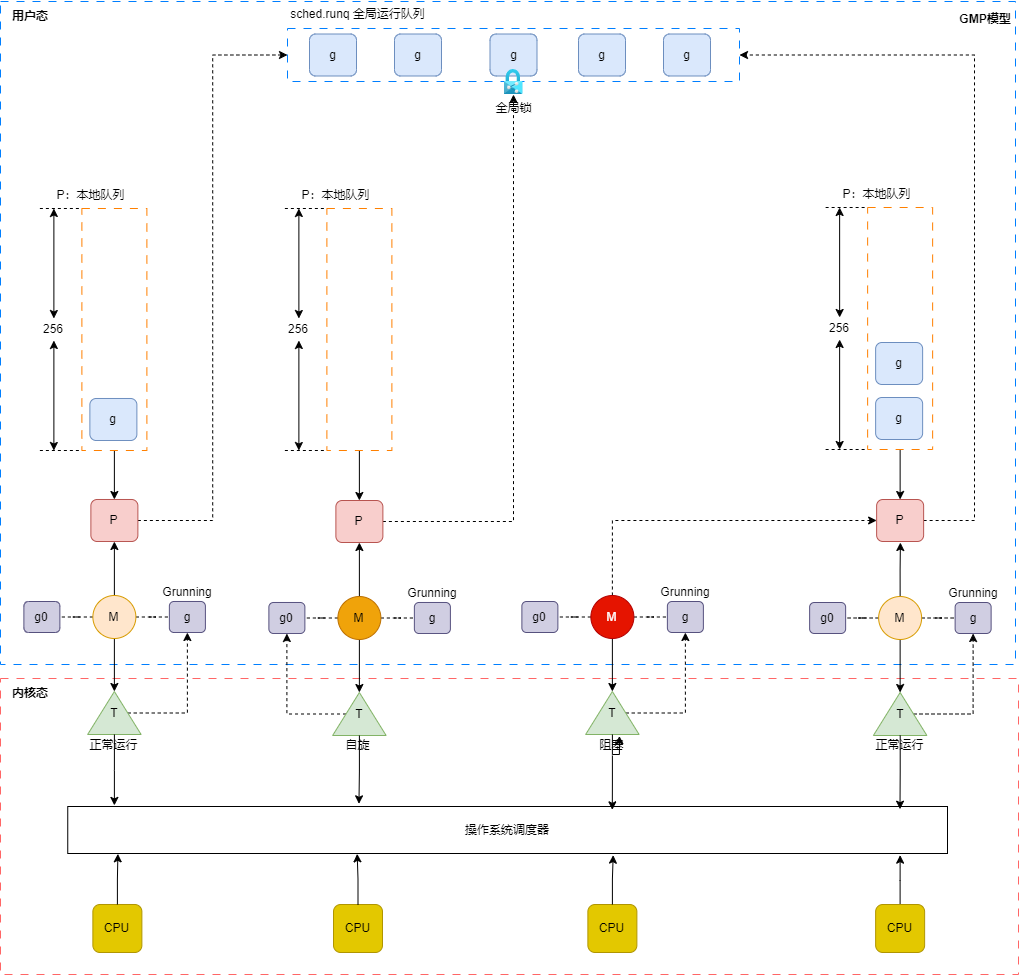
This is go/gmp模型.drawio.png from xmopen/drawio, a draw.io export, as it was before one commit. Source tidied: cells renumbered, new cells last; positions are measured from the earlier drawing's top-left corner, leaving out a move shared by most shapes.
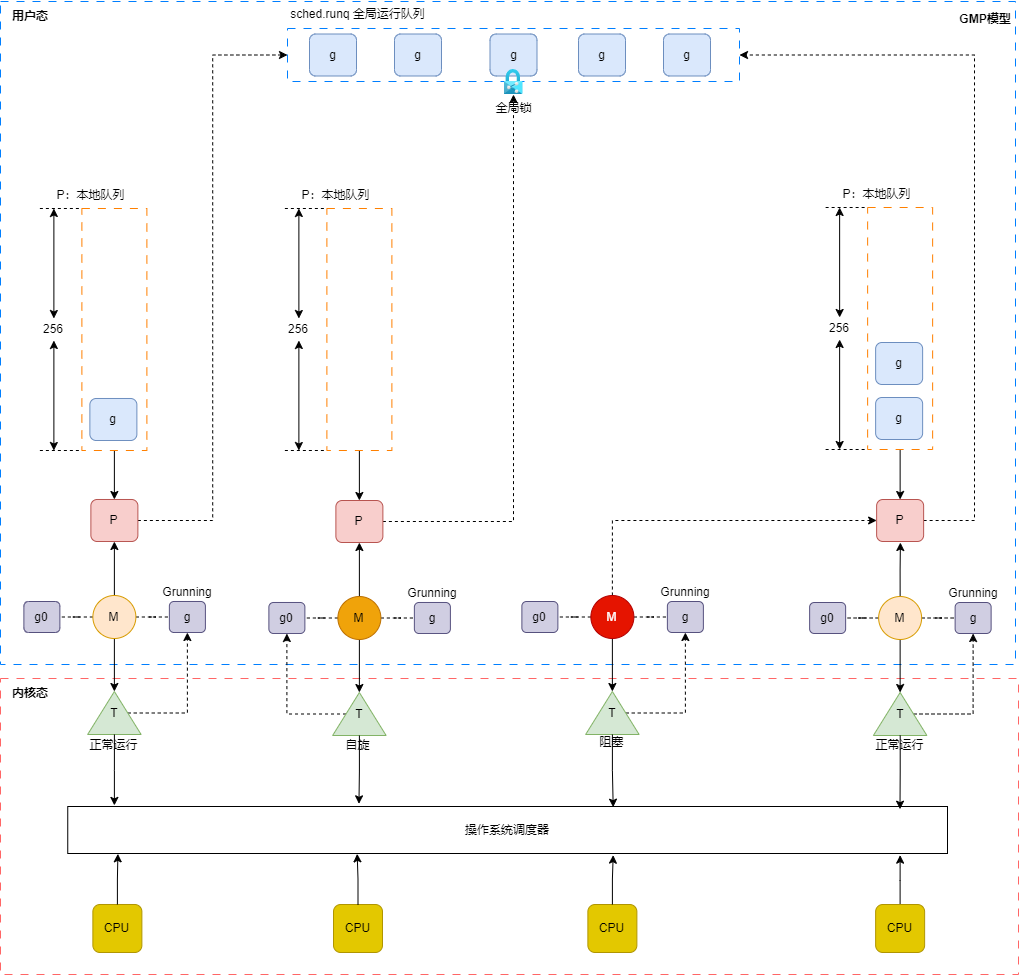
The same file after the commit.

What changed in the source:
```diff
@@ -354,17 +354,14 @@
     <mxCell id="102" style="edgeStyle=orthogonalEdgeStyle;rounded=0;jettySize=auto;html=1;entryX=0.331;entryY=-0.057;entryDx=0;entryDy=0;entryPerimeter=0;" parent="1" edge="1" source="60" target="91">
       <mxGeometry relative="1" as="geometry" />
     </mxCell>
-    <mxCell id="103" style="edgeStyle=orthogonalEdgeStyle;rounded=0;jettySize=auto;html=1;entryX=0.619;entryY=0.071;entryDx=0;entryDy=0;entryPerimeter=0;" parent="1" edge="1" source="106" target="91">
-      <mxGeometry relative="1" as="geometry" />
-    </mxCell>
     <mxCell id="104" style="edgeStyle=orthogonalEdgeStyle;rounded=0;jettySize=auto;html=1;entryX=0.946;entryY=0.057;entryDx=0;entryDy=0;entryPerimeter=0;" parent="1" edge="1" source="84" target="91">
       <mxGeometry relative="1" as="geometry" />
     </mxCell>
-    <mxCell id="105" style="edgeStyle=orthogonalEdgeStyle;rounded=0;jettySize=auto;html=1;entryX=0.619;entryY=0.071;entryDx=0;entryDy=0;entryPerimeter=0;" parent="1" edge="1" source="72" target="106">
-      <mxGeometry relative="1" as="geometry" />
-    </mxCell>
     <mxCell id="106" value="阻塞" style="text;html=1;strokeColor=none;fillColor=none;align=center;verticalAlign=middle;whiteSpace=wrap;rounded=0;" parent="1" vertex="1">
-      <mxGeometry x="582.4" y="734" width="59" height="21" as="geometry" />
+      <mxGeometry x="582.4" y="731" width="59" height="21" as="geometry" />
     </mxCell>
+    <mxCell id="107" style="edgeStyle=orthogonalEdgeStyle;rounded=0;jettySize=auto;html=1;entryX=0.62;entryY=0.014;entryDx=0;entryDy=0;entryPerimeter=0;" parent="1" edge="1" source="72" target="91">
+      <mxGeometry relative="1" as="geometry" />
+    </mxCell>
   </root>
 </mxGraphModel>
```
